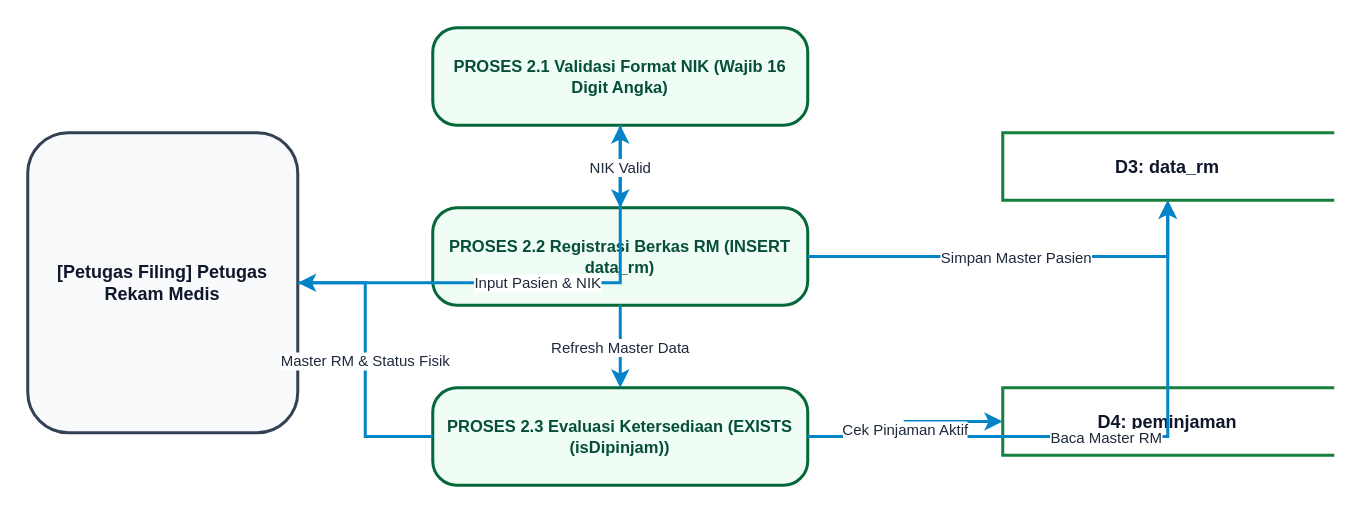
Above: docs/dokumentasi-project/assets/diagram-final/DFD/detail/DFD_Data_RM.drawio in ghozahimma65/peminjaman-rm (draw.io), before the change. Source tidied: cells renumbered, new cells numbered last; positions are measured from the earlier drawing's top-left corner, leaving out a move shared by most shapes. Both pictures are drawn from the tidied source at 150%, with x=0, y=0 at pixel (27, 27).
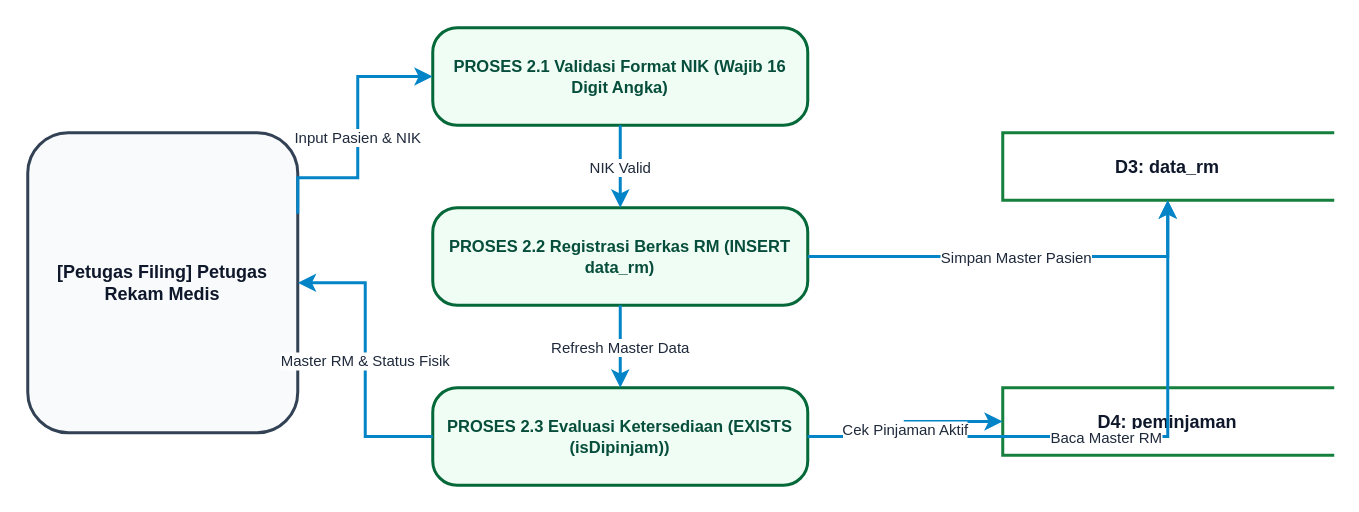
Above is the later version.

Change to the diagram source:
```diff
@@
 <mxGraphModel background="#ffffff">
   <root>
     <mxCell id="0" />
     <mxCell id="1" parent="0" />
     <mxCell id="2" value="[Petugas Filing] Petugas Rekam Medis" style="rounded=1;whiteSpace=wrap;html=1;fillColor=#f8fafc;strokeColor=#334155;strokeWidth=2;fontStyle=1;fontSize=12;fontColor=#0f172a;align=center;" parent="1" vertex="1">
       <mxGeometry y="70" width="180" height="200" as="geometry" />
     </mxCell>
     <mxCell id="3" value="PROSES 2.1  Validasi Format NIK (Wajib 16 Digit Angka)" style="rounded=1;arcSize=25;whiteSpace=wrap;html=1;fillColor=#f0fdf4;strokeColor=#056839;strokeWidth=2;fontStyle=1;fontSize=11;fontColor=#064e3b;align=center;" parent="1" vertex="1">
       <mxGeometry x="270" width="250" height="65" as="geometry" />
     </mxCell>
     <mxCell id="4" value="PROSES 2.2  Registrasi Berkas RM (INSERT data_rm)" style="rounded=1;arcSize=25;whiteSpace=wrap;html=1;fillColor=#f0fdf4;strokeColor=#056839;strokeWidth=2;fontStyle=1;fontSize=11;fontColor=#064e3b;align=center;" parent="1" vertex="1">
       <mxGeometry x="270" y="120" width="250" height="65" as="geometry" />
     </mxCell>
     <mxCell id="5" value="PROSES 2.3  Evaluasi Ketersediaan (EXISTS (isDipinjam))" style="rounded=1;arcSize=25;whiteSpace=wrap;html=1;fillColor=#f0fdf4;strokeColor=#056839;strokeWidth=2;fontStyle=1;fontSize=11;fontColor=#064e3b;align=center;" parent="1" vertex="1">
       <mxGeometry x="270" y="240" width="250" height="65" as="geometry" />
     </mxCell>
     <mxCell id="6" value="D3: data_rm" style="shape=partialRectangle;top=1;bottom=1;left=1;right=0;fillColor=#ffffff;strokeColor=#15803d;strokeWidth=2;fontStyle=1;fontSize=12;fontColor=#0f172a;align=center;" parent="1" vertex="1">
       <mxGeometry x="650" y="70" width="220" height="45" as="geometry" />
     </mxCell>
     <mxCell id="7" value="D4: peminjaman" style="shape=partialRectangle;top=1;bottom=1;left=1;right=0;fillColor=#ffffff;strokeColor=#15803d;strokeWidth=2;fontStyle=1;fontSize=12;fontColor=#0f172a;align=center;" parent="1" vertex="1">
       <mxGeometry x="650" y="240" width="220" height="45" as="geometry" />
     </mxCell>
-    <mxCell id="8" value="Input Pasien &amp; NIK" style="edgeStyle=orthogonalEdgeStyle;rounded=0;jettySize=auto;html=1;strokeColor=#0284c7;strokeWidth=2;fontSize=10;fontColor=#1e293b;" parent="1" edge="1" source="2" target="3">
-      <mxGeometry relative="1" as="geometry" />
+    <mxCell id="8" value="Input Pasien &amp; NIK" style="edgeStyle=orthogonalEdgeStyle;rounded=0;jettySize=auto;html=1;exitX=1;exitY=0.27;exitDx=0;exitDy=0;entryX=0;entryY=0.5;entryDx=0;entryDy=0;strokeColor=#0284c7;strokeWidth=2;fontSize=10;fontColor=#1e293b;" parent="1" edge="1" source="2" target="3">
+      <mxGeometry relative="1" as="geometry">
+        <Array as="points">
+          <mxPoint x="220" y="100" />
+          <mxPoint x="220" y="32" />
+        </Array>
+      </mxGeometry>
     </mxCell>
     <mxCell id="9" value="NIK Valid" style="edgeStyle=orthogonalEdgeStyle;rounded=0;jettySize=auto;html=1;strokeColor=#0284c7;strokeWidth=2;fontSize=10;fontColor=#1e293b;" parent="1" edge="1" source="3" target="4">
       <mxGeometry relative="1" as="geometry" />
     </mxCell>
     <mxCell id="10" value="Simpan Master Pasien" style="edgeStyle=orthogonalEdgeStyle;rounded=0;jettySize=auto;html=1;strokeColor=#0284c7;strokeWidth=2;fontSize=10;fontColor=#1e293b;" parent="1" edge="1" source="4" target="6">
       <mxGeometry relative="1" as="geometry" />
     </mxCell>
     <mxCell id="11" value="Refresh Master Data" style="edgeStyle=orthogonalEdgeStyle;rounded=0;jettySize=auto;html=1;strokeColor=#0284c7;strokeWidth=2;fontSize=10;fontColor=#1e293b;" parent="1" edge="1" source="4" target="5">
       <mxGeometry relative="1" as="geometry" />
     </mxCell>
     <mxCell id="12" value="Baca Master RM" style="edgeStyle=orthogonalEdgeStyle;rounded=0;jettySize=auto;html=1;strokeColor=#0284c7;strokeWidth=2;fontSize=10;fontColor=#1e293b;" parent="1" edge="1" source="5" target="6">
       <mxGeometry relative="1" as="geometry" />
     </mxCell>
     <mxCell id="13" value="Cek Pinjaman Aktif" style="edgeStyle=orthogonalEdgeStyle;rounded=0;jettySize=auto;html=1;strokeColor=#0284c7;strokeWidth=2;fontSize=10;fontColor=#1e293b;" parent="1" edge="1" source="5" target="7">
       <mxGeometry relative="1" as="geometry" />
     </mxCell>
     <mxCell id="14" value="Master RM &amp; Status Fisik" style="edgeStyle=orthogonalEdgeStyle;rounded=0;jettySize=auto;html=1;strokeColor=#0284c7;strokeWidth=2;fontSize=10;fontColor=#1e293b;" parent="1" edge="1" source="5" target="2">
       <mxGeometry relative="1" as="geometry" />
     </mxCell>
   </root>
 </mxGraphModel>
```
